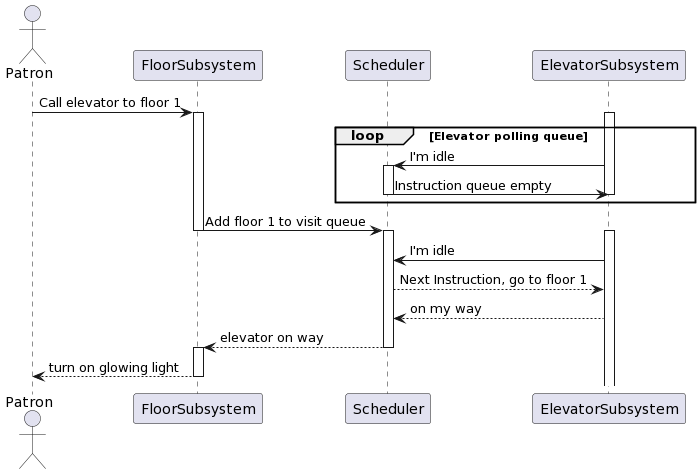
This is iteration1/diagrams/sequence_call_elevator.png from w4est/elevator-simulator, a PlantUML export, as it was before one commit.
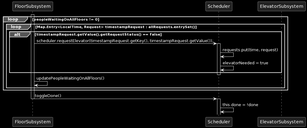
After the change.

Commit message:
Added UML diagrams

What changed in the source:
```diff
@@ -1,34 +1,31 @@
 @startuml
-actor Patron
 participant FloorSubsystem
 participant Scheduler
 participant ElevatorSubsystem
 
+activate FloorSubsystem
 
-Patron -> FloorSubsystem: Call elevator to floor 1
-activate FloorSubsystem
-loop Elevator polling queue
-activate ElevatorSubsystem
-ElevatorSubsystem -> Scheduler: I'm idle
-activate Scheduler
-Scheduler -> ElevatorSubsystem: Instruction queue empty
-deactivate Scheduler
-deactivate ElevatorSubsystem
+loop peopleWaitingOnAllFloors != 0
+
+    loop Map.Entry<LocalTime, Request> timestampRequest : allRequests.entrySet()
+        alt timestampRequest.getValue().getRequestStatus() == false
+            FloorSubsystem -> Scheduler: scheduler.requestElevator(timestampRequest.getKey(), timestampRequest.getValue());
+            activate Scheduler
+            Scheduler -> Scheduler: requests.put(time, request)
+            Scheduler -> Scheduler: elevatorNeeded = true
+        end loop
+    deactivate Scheduler
+    FloorSubsystem -> FloorSubsystem : updatePeopleWaitingOnAllFloors()
+    end loop
 end loop
 
 
+deactivate ElevatorSubsystem
 
-FloorSubsystem -> Scheduler: Add floor 1 to visit queue
+FloorSubsystem -> Scheduler: toggleDone()
 deactivate FloorSubsystem
+
 activate Scheduler
-activate ElevatorSubsystem
-ElevatorSubsystem -> Scheduler: I'm idle
-Scheduler --> ElevatorSubsystem: Next Instruction, go to floor 1
-ElevatorSubsystem --> Scheduler: on my way
-
-Scheduler --> FloorSubsystem: elevator on way
 deactivate Scheduler
-activate FloorSubsystem
-FloorSubsystem --> Patron : turn on glowing light
-deactivate FloorSubsystem
+Scheduler -> Scheduler: this.done = !done
 @enduml
```
